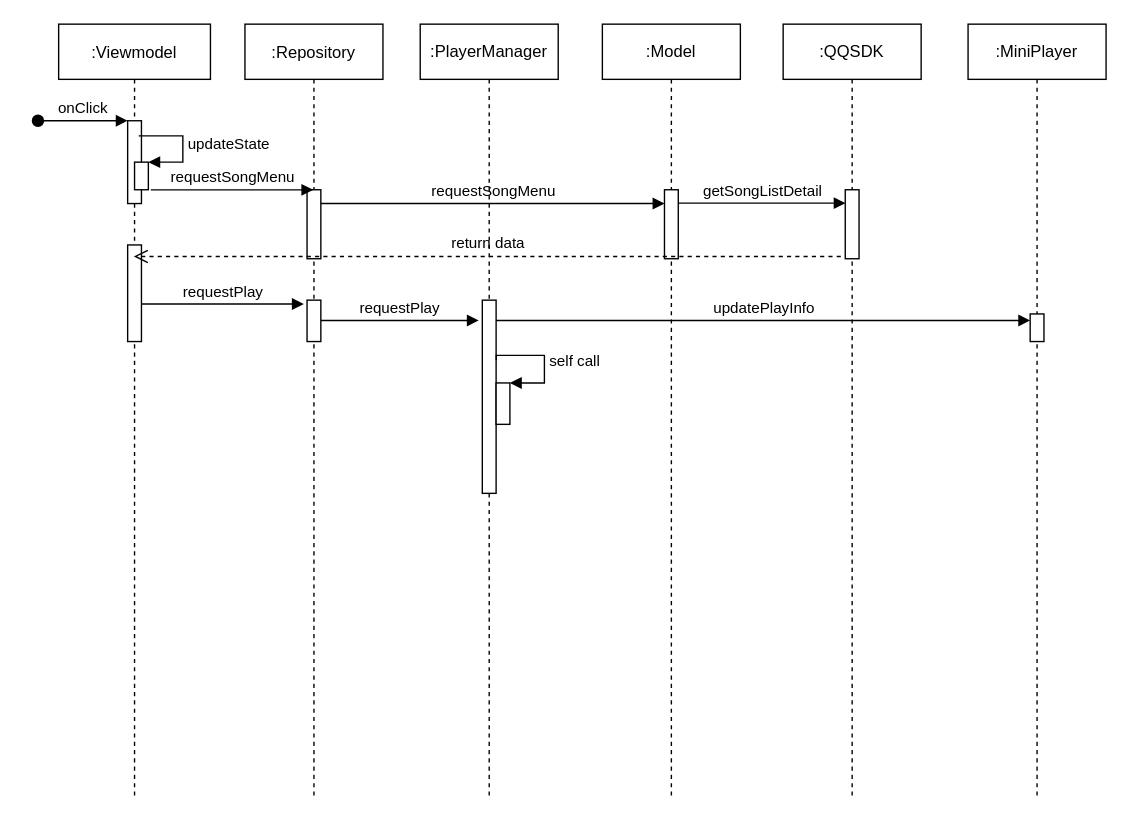
This is Untitled Diagram.drawio from milk1990/AndFix, a draw.io file, before an edit. Source tidied: cells renumbered, new cells numbered last; positions are measured from the earlier drawing's top-left corner, leaving out a move shared by most shapes. Both pictures are drawn from the tidied source at 138%, with x=0, y=0 at pixel (37, 23).
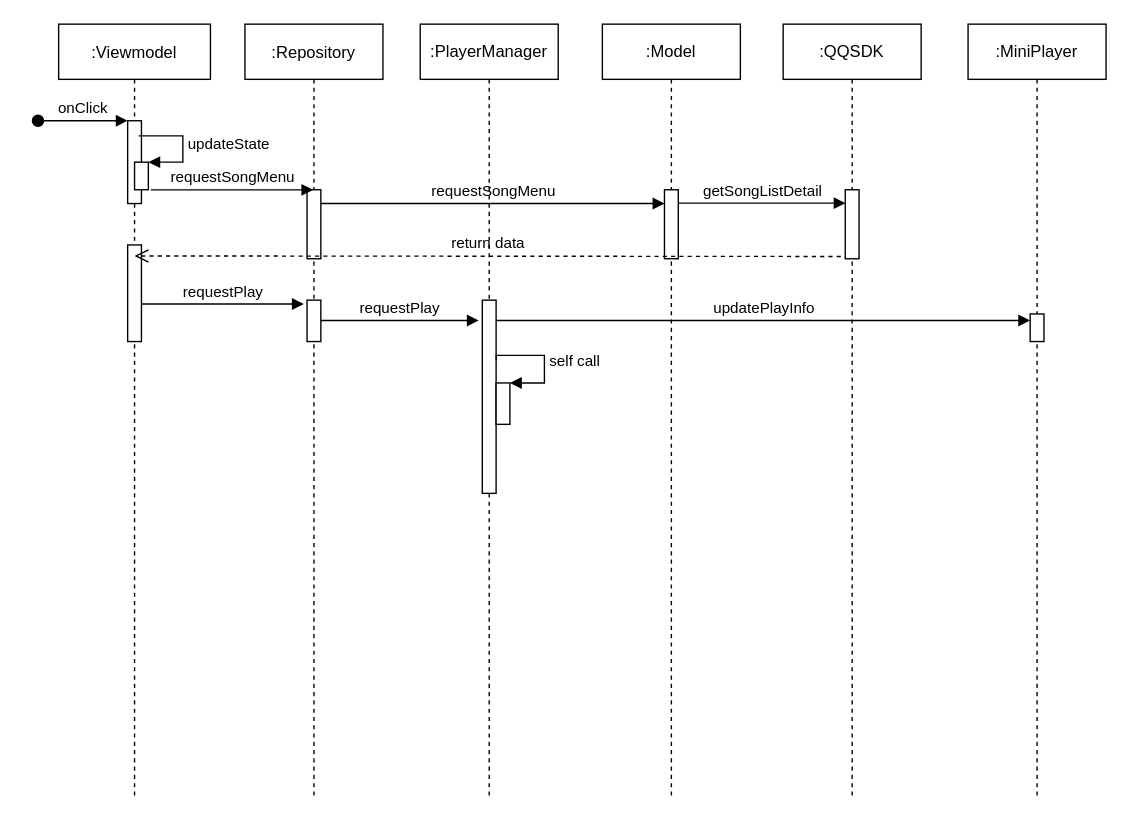
Above is the later version.

The change refers to these unchanged cells:
```xml
<mxCell id="2" value=":Viewmodel" style="shape=umlLifeline;perimeter=lifelinePerimeter;rounded=0;shadow=0;strokeWidth=1;" parent="1" vertex="1">
  <mxGeometry x="15" width="110" height="560" as="geometry" />
</mxCell>
<mxCell id="7" style="html=1;points=[];perimeter=orthogonalPerimeter;" parent="2" vertex="1">
  <mxGeometry x="50" y="160" width="10" height="70" as="geometry" />
</mxCell>
<mxCell id="24" style="html=1;points=[];perimeter=orthogonalPerimeter;" parent="23" vertex="1">
  <mxGeometry x="45" y="120" width="10" height="50" as="geometry" />
</mxCell>
```

Diff of the diagram source:
```diff
@@
-    <mxCell id="15" value="return data" style="html=1;verticalAlign=bottom;endArrow=open;dashed=1;endSize=8;rounded=0;exitX=-0.321;exitY=0.967;exitDx=0;exitDy=0;exitPerimeter=0;" parent="1" edge="1" source="24" target="2">
+    <mxCell id="15" value="return data" style="html=1;verticalAlign=bottom;endArrow=open;dashed=1;endSize=8;rounded=0;exitX=-0.321;exitY=0.967;exitDx=0;exitDy=0;exitPerimeter=0;entryX=0.5;entryY=0.114;entryDx=0;entryDy=0;entryPerimeter=0;" parent="1" edge="1" source="24" target="7">
       <mxGeometry relative="1" as="geometry" />
     </mxCell>
```
